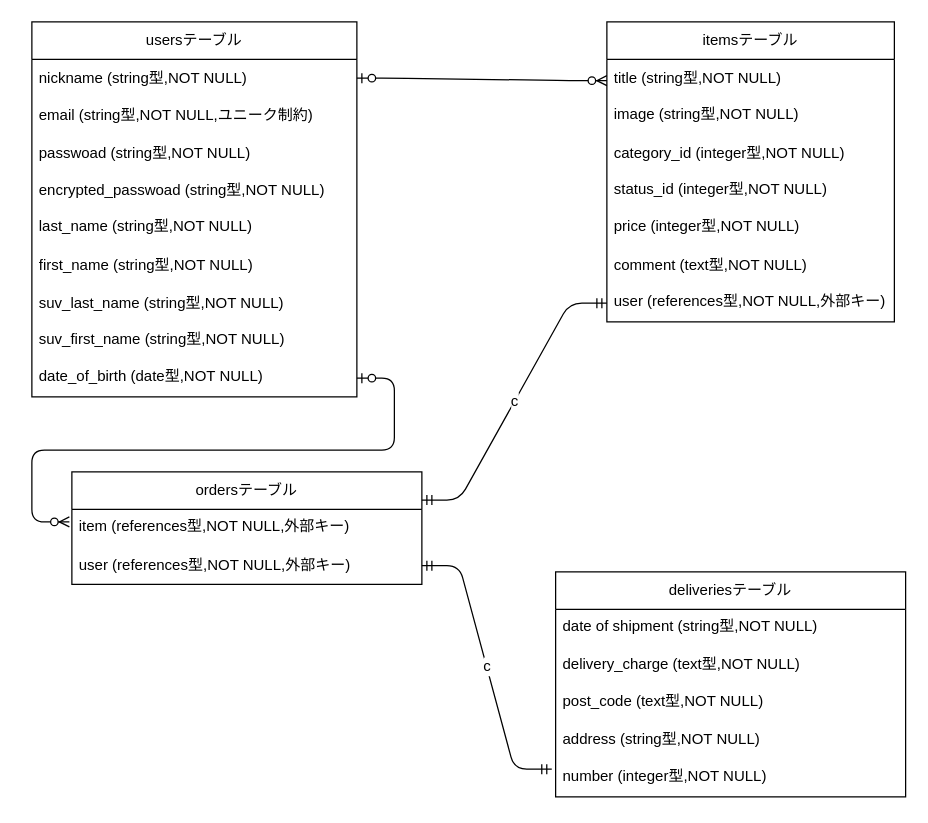
The draw.io diagram furima.dio in koharayuki/furima-39296, before the edit. Source tidied: cells renumbered, new cells numbered last; positions are measured from the earlier drawing's top-left corner, leaving out a move shared by most shapes. Both pictures are drawn from the tidied source at 125%, with x=0, y=0 at pixel (31, 21).
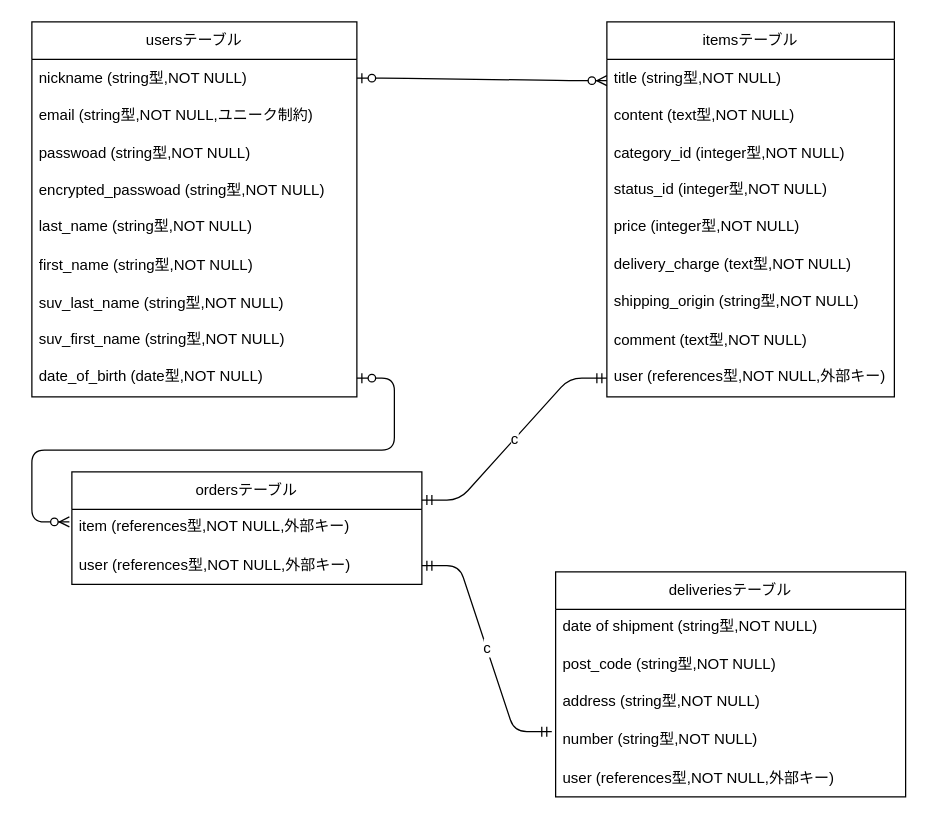
After the change.

Commit message (it also covers changes not shown here):
コメントの修正③

Unchanged cells that the change refers to:
```xml
<mxCell id="24" value="deliveriesテーブル" style="swimlane;fontStyle=0;horizontal=1;startSize=30;whiteSpace=wrap;html=1;" parent="1" vertex="1">
  <mxGeometry x="419" y="440" width="280" height="180" as="geometry" />
</mxCell>
```

The edit, as a diff of the source:
```diff
@@
     <mxCell id="12" value="itemsテーブル" style="swimlane;fontStyle=0;horizontal=1;startSize=30;whiteSpace=wrap;html=1;" parent="1" vertex="1">
-      <mxGeometry x="460" width="230" height="240" as="geometry" />
+      <mxGeometry x="460" width="230" height="300" as="geometry" />
     </mxCell>
@@
-    <mxCell id="14" value="image (string型,NOT NULL)" style="text;strokeColor=none;fillColor=none;spacingLeft=4;spacingRight=4;overflow=hidden;fontSize=12;" parent="12" vertex="1">
-      <mxGeometry y="60" width="230" height="30" as="geometry" />
-    </mxCell>
+    <mxCell id="33" value="content (text型,NOT NULL)" style="text;strokeColor=none;fillColor=none;align=left;verticalAlign=middle;spacingLeft=4;spacingRight=4;overflow=hidden;whiteSpace=wrap;html=1;" parent="12" vertex="1">
+      <mxGeometry y="60" width="230" height="30" as="geometry" />
+    </mxCell>
@@
+    <mxCell id="26" value="delivery_charge (text型,NOT NULL)" style="text;strokeColor=none;fillColor=none;spacingLeft=4;spacingRight=4;overflow=hidden;fontSize=12;" parent="12" vertex="1">
+      <mxGeometry y="180" width="230" height="30" as="geometry" />
+    </mxCell>
+    <mxCell id="34" value="shipping_origin (string型,NOT NULL)" style="text;strokeColor=none;fillColor=none;spacingLeft=4;spacingRight=4;overflow=hidden;fontSize=12;" parent="12" vertex="1">
+      <mxGeometry y="210" width="230" height="30" as="geometry" />
+    </mxCell>
     <mxCell id="18" value="comment (text型,NOT NULL)" style="text;strokeColor=none;fillColor=none;align=left;verticalAlign=middle;spacingLeft=4;spacingRight=4;overflow=hidden;whiteSpace=wrap;html=1;" parent="12" vertex="1">
-      <mxGeometry y="180" width="230" height="30" as="geometry" />
+      <mxGeometry y="240" width="230" height="30" as="geometry" />
     </mxCell>
     <mxCell id="19" value="user (references型,NOT NULL,外部キー)" style="text;strokeColor=none;fillColor=none;spacingLeft=4;spacingRight=4;overflow=hidden;points=[[0,0.5],[1,0.5]];portConstraint=eastwest;fontSize=12;" parent="12" vertex="1">
-      <mxGeometry y="210" width="230" height="30" as="geometry" />
+      <mxGeometry y="270" width="230" height="30" as="geometry" />
     </mxCell>
@@
-    <mxCell id="26" value="delivery_charge (text型,NOT NULL)" style="text;strokeColor=none;fillColor=none;spacingLeft=4;spacingRight=4;overflow=hidden;fontSize=12;" parent="24" vertex="1">
-      <mxGeometry y="60" width="280" height="30" as="geometry" />
-    </mxCell>
-    <mxCell id="27" value="post_code (text型,NOT NULL)" style="text;strokeColor=none;fillColor=none;spacingLeft=4;spacingRight=4;overflow=hidden;fontSize=12;" parent="24" vertex="1">
-      <mxGeometry y="90" width="280" height="30" as="geometry" />
+    <mxCell id="27" value="post_code (string型,NOT NULL)" style="text;strokeColor=none;fillColor=none;spacingLeft=4;spacingRight=4;overflow=hidden;fontSize=12;" parent="24" vertex="1">
+      <mxGeometry y="60" width="280" height="30" as="geometry" />
     </mxCell>
     <mxCell id="28" value="address (string型,NOT NULL)" style="text;strokeColor=none;fillColor=none;spacingLeft=4;spacingRight=4;overflow=hidden;fontSize=12;" parent="24" vertex="1">
-      <mxGeometry y="120" width="280" height="30" as="geometry" />
+      <mxGeometry y="90" width="280" height="30" as="geometry" />
     </mxCell>
-    <mxCell id="29" value="number (integer型,NOT NULL)" style="text;strokeColor=none;fillColor=none;spacingLeft=4;spacingRight=4;overflow=hidden;points=[[0,0.5],[1,0.5]];portConstraint=eastwest;fontSize=12;" parent="24" vertex="1">
-      <mxGeometry y="150" width="280" height="30" as="geometry" />
+    <mxCell id="29" value="number (string型,NOT NULL)" style="text;strokeColor=none;fillColor=none;spacingLeft=4;spacingRight=4;overflow=hidden;points=[[0,0.5],[1,0.5]];portConstraint=eastwest;fontSize=12;" parent="24" vertex="1">
+      <mxGeometry y="120" width="280" height="30" as="geometry" />
     </mxCell>
+    <mxCell id="35" value="user (references型,NOT NULL,外部キー)" style="text;strokeColor=none;fillColor=none;align=left;verticalAlign=middle;spacingLeft=4;spacingRight=4;overflow=hidden;whiteSpace=wrap;html=1;" parent="24" vertex="1">
+      <mxGeometry y="150" width="280" height="30" as="geometry" />
+    </mxCell>
```
